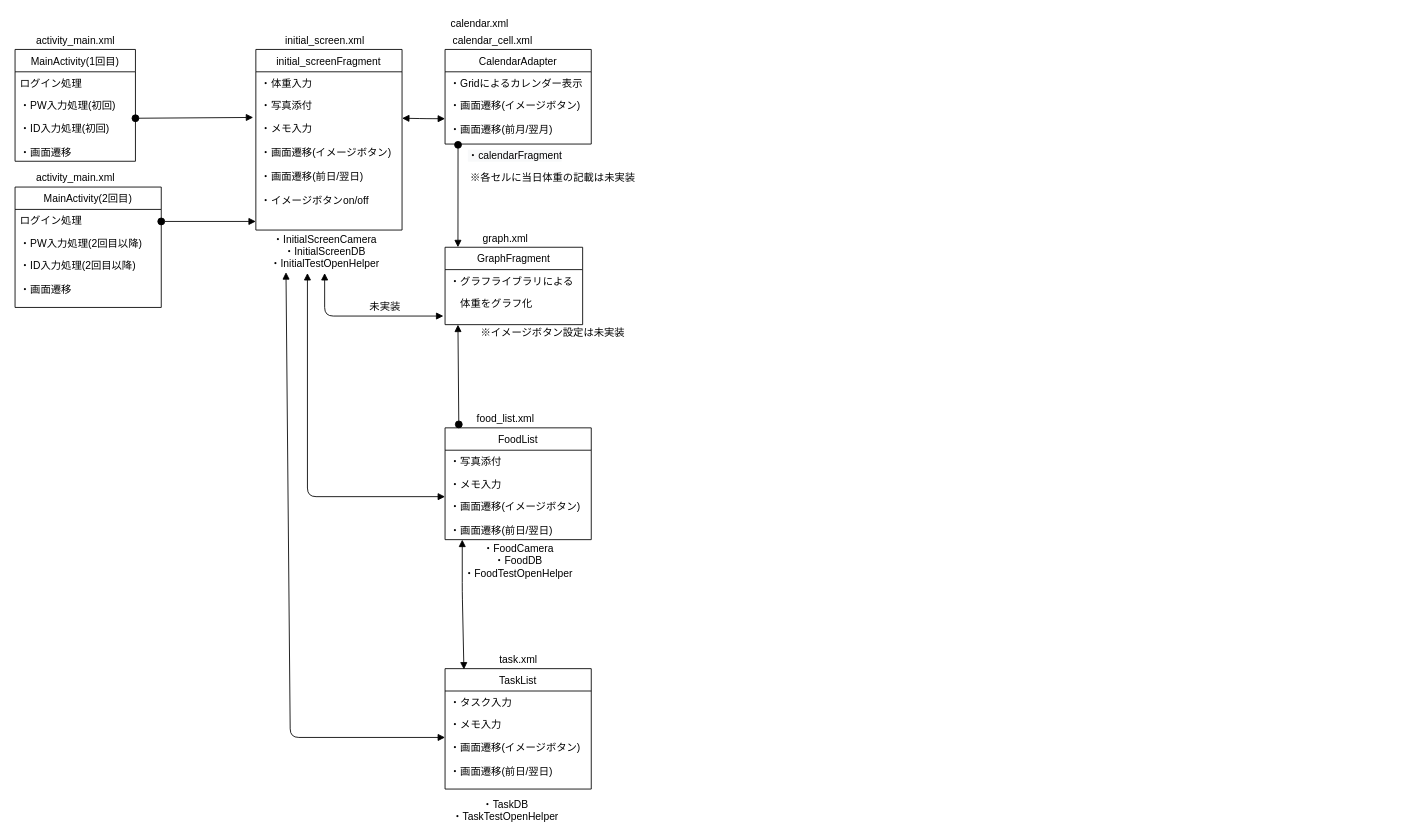
Above: HealthApp2.drawio in KeyHaru0225/Halth_Application (draw.io), before the change. Source tidied: cells renumbered, new cells numbered last; positions are measured from the earlier drawing's top-left corner, leaving out a move shared by most shapes. Both pictures are drawn from the tidied source at 86%, with x=0, y=0 at pixel (15, 15).
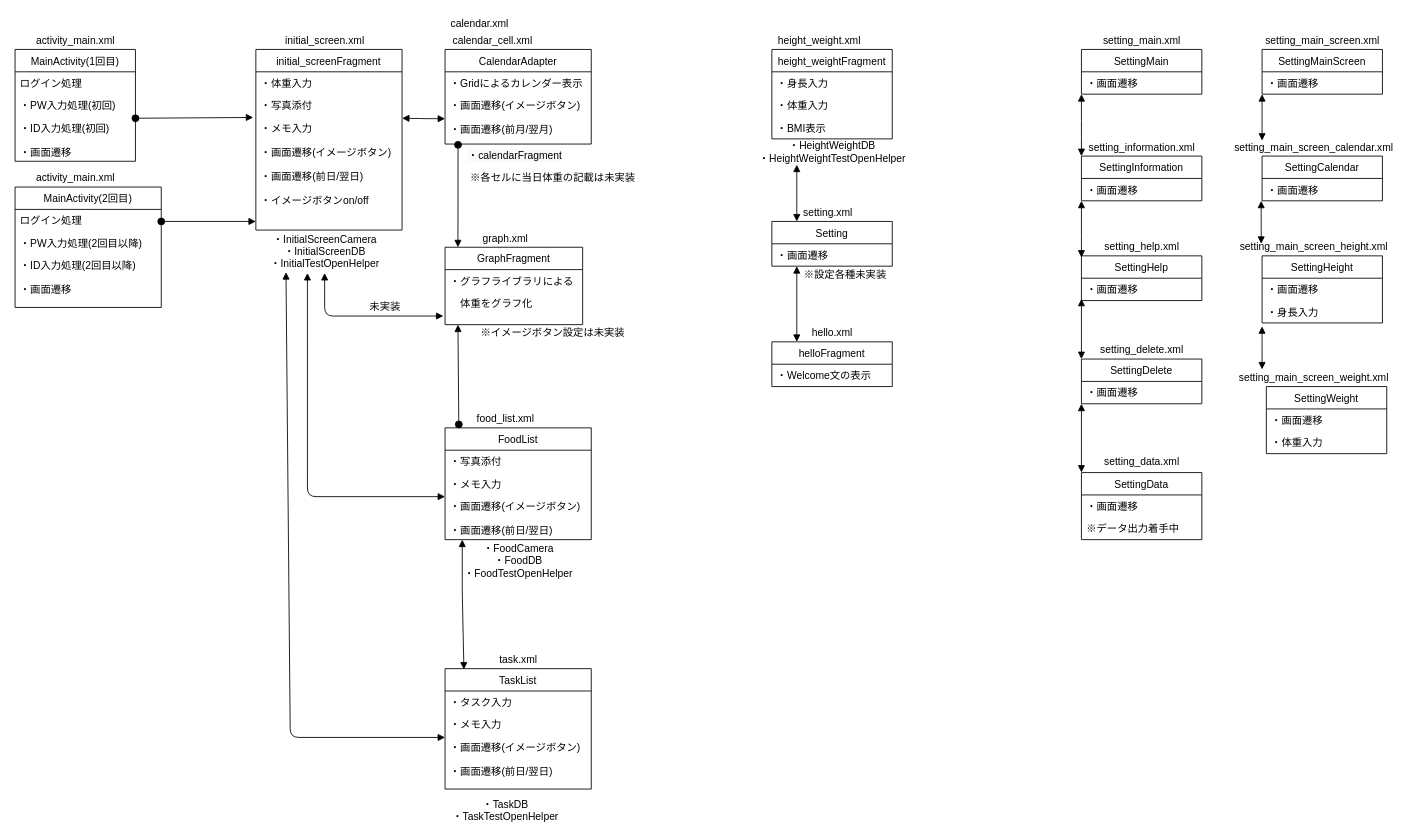
Above is the later version.

Commit message:
HealthApp2.drawio を更新します2

Diff of the diagram source:
```diff
@@
+    <mxCell id="52" value="height_weightFragment" style="swimlane;fontStyle=0;horizontal=1;startSize=26;fillColor=none;" parent="1" vertex="1">
+      <mxGeometry x="880" y="40" width="140" height="104" as="geometry" />
+    </mxCell>
+    <mxCell id="53" value="・身長入力" style="text;strokeColor=none;fillColor=none;align=left;verticalAlign=top;spacingLeft=4;spacingRight=4;overflow=hidden;" parent="52" vertex="1">
+      <mxGeometry y="26" width="140" height="26" as="geometry" />
+    </mxCell>
+    <mxCell id="54" value="・体重入力" style="text;strokeColor=none;fillColor=none;align=left;verticalAlign=top;spacingLeft=4;spacingRight=4;overflow=hidden;" parent="52" vertex="1">
+      <mxGeometry y="52" width="140" height="26" as="geometry" />
+    </mxCell>
+    <mxCell id="55" value="・BMI表示" style="text;strokeColor=none;fillColor=none;align=left;verticalAlign=top;spacingLeft=4;spacingRight=4;overflow=hidden;" parent="52" vertex="1">
+      <mxGeometry y="78" width="140" height="26" as="geometry" />
+    </mxCell>
+    <mxCell id="56" value="height_weight.xml" style="text;html=1;align=center;verticalAlign=middle;fillColor=none;strokeColor=none;rounded=0;" parent="1" vertex="1">
+      <mxGeometry x="880" y="20" width="110" height="20" as="geometry" />
+    </mxCell>
+    <mxCell id="57" value="・HeightWeightDB&lt;br&gt;・HeightWeightTestOpenHelper" style="text;html=1;align=center;verticalAlign=middle;fillColor=none;strokeColor=none;rounded=0;" parent="1" vertex="1">
+      <mxGeometry x="855" y="144" width="190" height="30" as="geometry" />
+    </mxCell>
+    <mxCell id="58" value="Setting" style="swimlane;fontStyle=0;horizontal=1;startSize=26;fillColor=none;" parent="1" vertex="1">
+      <mxGeometry x="880" y="240" width="140" height="52" as="geometry" />
+    </mxCell>
+    <mxCell id="59" value="・画面遷移" style="text;strokeColor=none;fillColor=none;align=left;verticalAlign=top;spacingLeft=4;spacingRight=4;overflow=hidden;" parent="58" vertex="1">
+      <mxGeometry y="26" width="140" height="26" as="geometry" />
+    </mxCell>
+    <mxCell id="60" value="setting.xml" style="text;html=1;align=center;verticalAlign=middle;fillColor=none;strokeColor=none;rounded=0;" parent="1" vertex="1">
+      <mxGeometry x="910" y="220" width="70" height="20" as="geometry" />
+    </mxCell>
+    <mxCell id="61" value="helloFragment" style="swimlane;fontStyle=0;horizontal=1;startSize=26;fillColor=none;" parent="1" vertex="1">
+      <mxGeometry x="880" y="380" width="140" height="52" as="geometry" />
+    </mxCell>
+    <mxCell id="62" style="endArrow=block;startArrow=block;endFill=1;startFill=1;html=1;" parent="61" edge="1">
+      <mxGeometry relative="1" as="geometry">
+        <mxPoint x="29" y="-88" as="sourcePoint" />
+        <mxPoint x="29" as="targetPoint" />
+        <Array as="points">
+          <mxPoint x="29" y="-37.5" />
+        </Array>
+      </mxGeometry>
+    </mxCell>
+    <mxCell id="63" value="・Welcome文の表示" style="text;strokeColor=none;fillColor=none;align=left;verticalAlign=top;spacingLeft=4;spacingRight=4;overflow=hidden;" parent="61" vertex="1">
+      <mxGeometry y="26" width="140" height="26" as="geometry" />
+    </mxCell>
+    <mxCell id="64" value="hello.xml" style="text;html=1;align=center;verticalAlign=middle;fillColor=none;strokeColor=none;rounded=0;" parent="1" vertex="1">
+      <mxGeometry x="920" y="360" width="60" height="20" as="geometry" />
+    </mxCell>
+    <mxCell id="65" value="※設定各種未実装" style="text;html=1;align=center;verticalAlign=middle;fillColor=none;strokeColor=none;rounded=0;" parent="1" vertex="1">
+      <mxGeometry x="910" y="292" width="110" height="20" as="geometry" />
+    </mxCell>
+    <mxCell id="66" style="endArrow=block;startArrow=block;endFill=1;startFill=1;html=1;" parent="1" edge="1">
+      <mxGeometry relative="1" as="geometry">
+        <mxPoint x="909" y="174" as="sourcePoint" />
+        <mxPoint x="909" y="240" as="targetPoint" />
+        <Array as="points">
+          <mxPoint x="909" y="214.5" />
+        </Array>
+      </mxGeometry>
+    </mxCell>
+    <mxCell id="67" value="SettingMain" style="swimlane;fontStyle=0;horizontal=1;startSize=26;fillColor=none;" parent="1" vertex="1">
+      <mxGeometry x="1240" y="40" width="140" height="52" as="geometry" />
+    </mxCell>
+    <mxCell id="68" value="・画面遷移" style="text;strokeColor=none;fillColor=none;align=left;verticalAlign=top;spacingLeft=4;spacingRight=4;overflow=hidden;" parent="67" vertex="1">
+      <mxGeometry y="26" width="140" height="26" as="geometry" />
+    </mxCell>
+    <mxCell id="69" value="setting_main.xml" style="text;html=1;align=center;verticalAlign=middle;fillColor=none;strokeColor=none;rounded=0;" parent="1" vertex="1">
+      <mxGeometry x="1255" y="20" width="110" height="20" as="geometry" />
+    </mxCell>
+    <mxCell id="70" value="SettingMainScreen" style="swimlane;fontStyle=0;horizontal=1;startSize=26;fillColor=none;" parent="1" vertex="1">
+      <mxGeometry x="1450" y="40" width="140" height="52" as="geometry" />
+    </mxCell>
+    <mxCell id="71" value="・画面遷移" style="text;strokeColor=none;fillColor=none;align=left;verticalAlign=top;spacingLeft=4;spacingRight=4;overflow=hidden;" parent="70" vertex="1">
+      <mxGeometry y="26" width="140" height="26" as="geometry" />
+    </mxCell>
+    <mxCell id="72" value="setting_main_screen.xml" style="text;html=1;align=center;verticalAlign=middle;fillColor=none;strokeColor=none;rounded=0;" parent="1" vertex="1">
+      <mxGeometry x="1445" y="20" width="150" height="20" as="geometry" />
+    </mxCell>
+    <mxCell id="73" value="SettingInformation" style="swimlane;fontStyle=0;horizontal=1;startSize=26;fillColor=none;" parent="1" vertex="1">
+      <mxGeometry x="1240" y="164" width="140" height="52" as="geometry" />
+    </mxCell>
+    <mxCell id="74" value="・画面遷移" style="text;strokeColor=none;fillColor=none;align=left;verticalAlign=top;spacingLeft=4;spacingRight=4;overflow=hidden;" parent="73" vertex="1">
+      <mxGeometry y="26" width="140" height="26" as="geometry" />
+    </mxCell>
+    <mxCell id="75" value="setting_information.xml" style="text;html=1;align=center;verticalAlign=middle;fillColor=none;strokeColor=none;rounded=0;" parent="1" vertex="1">
+      <mxGeometry x="1240" y="144" width="140" height="20" as="geometry" />
+    </mxCell>
+    <mxCell id="76" value="SettingHelp" style="swimlane;fontStyle=0;horizontal=1;startSize=26;fillColor=none;" parent="1" vertex="1">
+      <mxGeometry x="1240" y="280" width="140" height="52" as="geometry" />
+    </mxCell>
+    <mxCell id="77" value="・画面遷移" style="text;strokeColor=none;fillColor=none;align=left;verticalAlign=top;spacingLeft=4;spacingRight=4;overflow=hidden;" parent="76" vertex="1">
+      <mxGeometry y="26" width="140" height="26" as="geometry" />
+    </mxCell>
+    <mxCell id="78" value="setting_help.xml" style="text;html=1;align=center;verticalAlign=middle;fillColor=none;strokeColor=none;rounded=0;" parent="1" vertex="1">
+      <mxGeometry x="1260" y="260" width="100" height="20" as="geometry" />
+    </mxCell>
+    <mxCell id="79" value="SettingDelete" style="swimlane;fontStyle=0;horizontal=1;startSize=26;fillColor=none;" parent="1" vertex="1">
+      <mxGeometry x="1240" y="400" width="140" height="52" as="geometry" />
+    </mxCell>
+    <mxCell id="80" value="・画面遷移" style="text;strokeColor=none;fillColor=none;align=left;verticalAlign=top;spacingLeft=4;spacingRight=4;overflow=hidden;" parent="79" vertex="1">
+      <mxGeometry y="26" width="140" height="26" as="geometry" />
+    </mxCell>
+    <mxCell id="81" value="setting_delete.xml" style="text;html=1;align=center;verticalAlign=middle;fillColor=none;strokeColor=none;rounded=0;" parent="1" vertex="1">
+      <mxGeometry x="1255" y="380" width="110" height="20" as="geometry" />
+    </mxCell>
+    <mxCell id="82" value="setting_data.xml" style="text;html=1;align=center;verticalAlign=middle;fillColor=none;strokeColor=none;rounded=0;" parent="1" vertex="1">
+      <mxGeometry x="1260" y="510" width="100" height="20" as="geometry" />
+    </mxCell>
+    <mxCell id="83" value="SettingData" style="swimlane;fontStyle=0;horizontal=1;startSize=26;fillColor=none;" parent="1" vertex="1">
+      <mxGeometry x="1240" y="532" width="140" height="78" as="geometry" />
+    </mxCell>
+    <mxCell id="84" value="・画面遷移" style="text;strokeColor=none;fillColor=none;align=left;verticalAlign=top;spacingLeft=4;spacingRight=4;overflow=hidden;" parent="83" vertex="1">
+      <mxGeometry y="26" width="140" height="26" as="geometry" />
+    </mxCell>
+    <mxCell id="85" value="※データ出力着手中" style="text;strokeColor=none;fillColor=none;align=left;verticalAlign=top;spacingLeft=4;spacingRight=4;overflow=hidden;" parent="83" vertex="1">
+      <mxGeometry y="52" width="140" height="26" as="geometry" />
+    </mxCell>
+    <mxCell id="86" value="SettingCalendar" style="swimlane;fontStyle=0;horizontal=1;startSize=26;fillColor=none;" parent="1" vertex="1">
+      <mxGeometry x="1450" y="164" width="140" height="52" as="geometry" />
+    </mxCell>
+    <mxCell id="87" value="・画面遷移" style="text;strokeColor=none;fillColor=none;align=left;verticalAlign=top;spacingLeft=4;spacingRight=4;overflow=hidden;" parent="86" vertex="1">
+      <mxGeometry y="26" width="140" height="26" as="geometry" />
+    </mxCell>
+    <mxCell id="88" value="setting_main_screen_calendar.xml" style="text;html=1;align=center;verticalAlign=middle;fillColor=none;strokeColor=none;rounded=0;" parent="1" vertex="1">
+      <mxGeometry x="1410" y="144" width="200" height="20" as="geometry" />
+    </mxCell>
+    <mxCell id="89" value="SettingHeight" style="swimlane;fontStyle=0;horizontal=1;startSize=26;fillColor=none;" parent="1" vertex="1">
+      <mxGeometry x="1450" y="280" width="140" height="78" as="geometry" />
+    </mxCell>
+    <mxCell id="90" value="・画面遷移" style="text;strokeColor=none;fillColor=none;align=left;verticalAlign=top;spacingLeft=4;spacingRight=4;overflow=hidden;" parent="89" vertex="1">
+      <mxGeometry y="26" width="140" height="26" as="geometry" />
+    </mxCell>
+    <mxCell id="91" value="・身長入力" style="text;strokeColor=none;fillColor=none;align=left;verticalAlign=top;spacingLeft=4;spacingRight=4;overflow=hidden;" parent="89" vertex="1">
+      <mxGeometry y="52" width="140" height="26" as="geometry" />
+    </mxCell>
+    <mxCell id="92" value="setting_main_screen_height.xml" style="text;html=1;align=center;verticalAlign=middle;fillColor=none;strokeColor=none;rounded=0;" parent="1" vertex="1">
+      <mxGeometry x="1415" y="260" width="190" height="20" as="geometry" />
+    </mxCell>
+    <mxCell id="93" value="SettingWeight" style="swimlane;fontStyle=0;horizontal=1;startSize=26;fillColor=none;" parent="1" vertex="1">
+      <mxGeometry x="1455" y="432" width="140" height="78" as="geometry" />
+    </mxCell>
+    <mxCell id="94" value="・画面遷移" style="text;strokeColor=none;fillColor=none;align=left;verticalAlign=top;spacingLeft=4;spacingRight=4;overflow=hidden;" parent="93" vertex="1">
+      <mxGeometry y="26" width="140" height="26" as="geometry" />
+    </mxCell>
+    <mxCell id="95" value="・体重入力" style="text;strokeColor=none;fillColor=none;align=left;verticalAlign=top;spacingLeft=4;spacingRight=4;overflow=hidden;" parent="93" vertex="1">
+      <mxGeometry y="52" width="140" height="26" as="geometry" />
+    </mxCell>
+    <mxCell id="96" value="setting_main_screen_weight.xml" style="text;html=1;align=center;verticalAlign=middle;fillColor=none;strokeColor=none;rounded=0;" parent="1" vertex="1">
+      <mxGeometry x="1415" y="412" width="190" height="20" as="geometry" />
+    </mxCell>
+    <mxCell id="97" style="endArrow=block;startArrow=block;endFill=1;startFill=1;html=1;" parent="1" edge="1">
+      <mxGeometry relative="1" as="geometry">
+        <mxPoint x="1240" y="216" as="sourcePoint" />
+        <mxPoint x="1240" y="282" as="targetPoint" />
+        <Array as="points">
+          <mxPoint x="1240" y="256.5" />
+        </Array>
+      </mxGeometry>
+    </mxCell>
+    <mxCell id="98" style="endArrow=block;startArrow=block;endFill=1;startFill=1;html=1;entryX=0;entryY=0;entryDx=0;entryDy=0;" parent="1" edge="1" target="73">
+      <mxGeometry relative="1" as="geometry">
+        <mxPoint x="1240" y="92" as="sourcePoint" />
+        <Array as="points">
+          <mxPoint x="1240" y="132.5" />
+        </Array>
+      </mxGeometry>
+    </mxCell>
+    <mxCell id="99" style="endArrow=block;startArrow=block;endFill=1;startFill=1;html=1;" parent="1" edge="1">
+      <mxGeometry relative="1" as="geometry">
+        <mxPoint x="1240" y="330" as="sourcePoint" />
+        <mxPoint x="1240" y="400" as="targetPoint" />
+        <Array as="points">
+          <mxPoint x="1240" y="370.5" />
+        </Array>
+      </mxGeometry>
+    </mxCell>
+    <mxCell id="100" style="endArrow=block;startArrow=block;endFill=1;startFill=1;html=1;entryX=0;entryY=0;entryDx=0;entryDy=0;" parent="1" edge="1" target="83">
+      <mxGeometry relative="1" as="geometry">
+        <mxPoint x="1240" y="452" as="sourcePoint" />
+        <Array as="points">
+          <mxPoint x="1240" y="492.5" />
+        </Array>
+      </mxGeometry>
+    </mxCell>
+    <mxCell id="101" style="endArrow=block;startArrow=block;endFill=1;startFill=1;html=1;entryX=0;entryY=0;entryDx=0;entryDy=0;" parent="1" edge="1">
+      <mxGeometry relative="1" as="geometry">
+        <mxPoint x="1450" y="92" as="sourcePoint" />
+        <mxPoint x="1450" y="146" as="targetPoint" />
+        <Array as="points">
+          <mxPoint x="1450" y="114.5" />
+        </Array>
+      </mxGeometry>
+    </mxCell>
+    <mxCell id="102" style="endArrow=block;startArrow=block;endFill=1;startFill=1;html=1;entryX=0;entryY=0;entryDx=0;entryDy=0;" parent="1" edge="1">
+      <mxGeometry relative="1" as="geometry">
+        <mxPoint x="1449" y="216" as="sourcePoint" />
+        <mxPoint x="1449" y="266" as="targetPoint" />
+        <Array as="points">
+          <mxPoint x="1449" y="234.5" />
+        </Array>
+      </mxGeometry>
+    </mxCell>
+    <mxCell id="103" style="endArrow=block;startArrow=block;endFill=1;startFill=1;html=1;entryX=0;entryY=0;entryDx=0;entryDy=0;" parent="1" edge="1">
+      <mxGeometry relative="1" as="geometry">
+        <mxPoint x="1450" y="362" as="sourcePoint" />
+        <mxPoint x="1450" y="412" as="targetPoint" />
+        <Array as="points">
+          <mxPoint x="1450" y="380.5" />
+        </Array>
+      </mxGeometry>
+    </mxCell>
```
